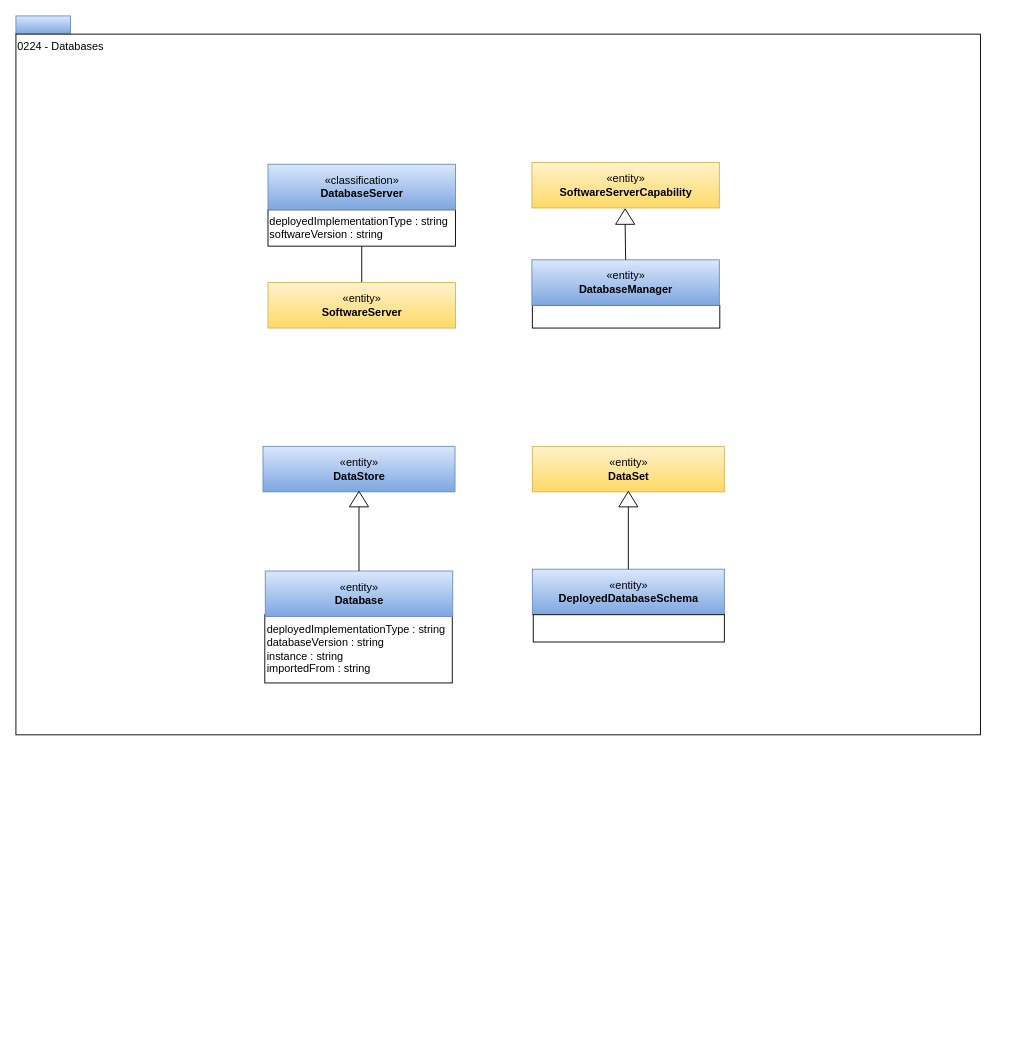
This is page "0224-Databases" (12 of 21) of site/docs/types/2/area-2-assets.drawio from odpi/egeria-docs, a draw.io file, before an edit. Source tidied: cells renumbered, new cells numbered last; positions are measured from the earlier drawing's top-left corner, leaving out a move shared by most shapes. Both pictures are drawn from the tidied source at 91%, with x=0, y=0 at pixel (15, 15).
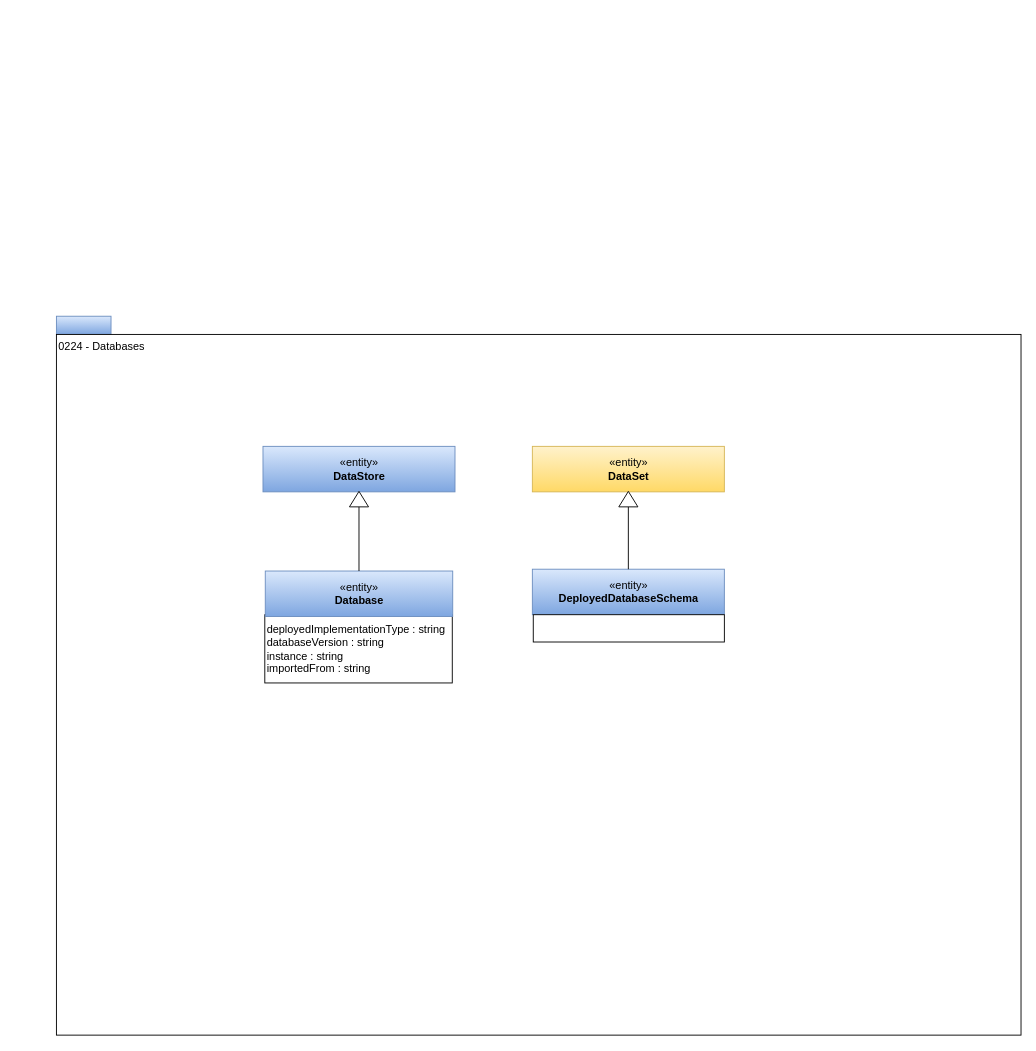
After the change.

Diff of the diagram source:
```diff
@@
     <mxCell id="2" style="rounded=0;whiteSpace=wrap;html=1;align=left;fillColor=#dae8fc;strokeColor=#6c8ebf;gradientColor=#7ea6e0;" parent="1" vertex="1">
-      <mxGeometry width="60" height="20" as="geometry" />
+      <mxGeometry x="44.5" y="330" width="60" height="20" as="geometry" />
     </mxCell>
     <mxCell id="3" value="0224 - Databases" style="rounded=0;whiteSpace=wrap;html=1;align=left;verticalAlign=top;" parent="1" vertex="1">
-      <mxGeometry y="20" width="1060" height="770" as="geometry" />
+      <mxGeometry x="44.5" y="350" width="1060" height="770" as="geometry" />
     </mxCell>
-    <mxCell id="4" style="edgeStyle=orthogonalEdgeStyle;rounded=0;jettySize=auto;html=1;exitX=0.5;exitY=1;exitDx=0;exitDy=0;entryX=0.5;entryY=0;entryDx=0;entryDy=0;endArrow=none;endFill=0;" parent="1" edge="1" source="5" target="7">
-      <mxGeometry relative="1" as="geometry" />
-    </mxCell>
-    <mxCell id="5" value="deployedImplementationType : string&lt;br&gt;softwareVersion : string" style="rounded=0;whiteSpace=wrap;html=1;strokeColor=#000000;gradientColor=#ffffff;align=left;" parent="1" vertex="1">
-      <mxGeometry x="277" y="213" width="206" height="40" as="geometry" />
-    </mxCell>
-    <mxCell id="6" value="«classification»&lt;br&gt;&lt;b&gt;DatabaseServer&lt;/b&gt;" style="html=1;strokeColor=#6c8ebf;align=center;fillColor=#dae8fc;gradientColor=#7ea6e0;" parent="1" vertex="1">
-      <mxGeometry x="277" y="163" width="206" height="50" as="geometry" />
-    </mxCell>
-    <mxCell id="7" value="«entity»&lt;br&gt;&lt;b&gt;SoftwareServer&lt;/b&gt;" style="html=1;strokeColor=#d6b656;align=center;fillColor=#fff2cc;gradientColor=#ffd966;" parent="1" vertex="1">
-      <mxGeometry x="277" y="293" width="206" height="50" as="geometry" />
-    </mxCell>
@@
-    <mxCell id="15" style="rounded=0;whiteSpace=wrap;html=1;strokeColor=#000000;gradientColor=#ffffff;align=left;" parent="1" vertex="1">
-      <mxGeometry x="567.5" y="318" width="206" height="25" as="geometry" />
-    </mxCell>
-    <mxCell id="16" value="«entity»&lt;br&gt;&lt;b&gt;DatabaseManager&lt;/b&gt;" style="html=1;strokeColor=#6c8ebf;align=center;fillColor=#dae8fc;gradientColor=#7ea6e0;" parent="1" vertex="1">
-      <mxGeometry x="567" y="268" width="206" height="50" as="geometry" />
-    </mxCell>
-    <mxCell id="17" value="«entity»&lt;br&gt;&lt;b&gt;SoftwareServerCapability&lt;/b&gt;&lt;br&gt;" style="html=1;strokeColor=#d6b656;align=center;fillColor=#fff2cc;gradientColor=#ffd966;" parent="1" vertex="1">
-      <mxGeometry x="567" y="161" width="206" height="50" as="geometry" />
-    </mxCell>
@@
-    <mxCell id="21" style="triangle;whiteSpace=wrap;html=1;strokeColor=#000000;gradientColor=#ffffff;align=center;rotation=-90;" parent="1" vertex="1">
-      <mxGeometry x="661" y="210" width="17" height="21" as="geometry" />
-    </mxCell>
-    <mxCell id="22" style="edgeStyle=orthogonalEdgeStyle;rounded=0;jettySize=auto;html=1;exitX=0.5;exitY=0;exitDx=0;exitDy=0;endArrow=none;endFill=0;entryX=0;entryY=0.5;entryDx=0;entryDy=0;" parent="1" edge="1" source="16" target="21">
-      <mxGeometry relative="1" as="geometry" />
-    </mxCell>
```
